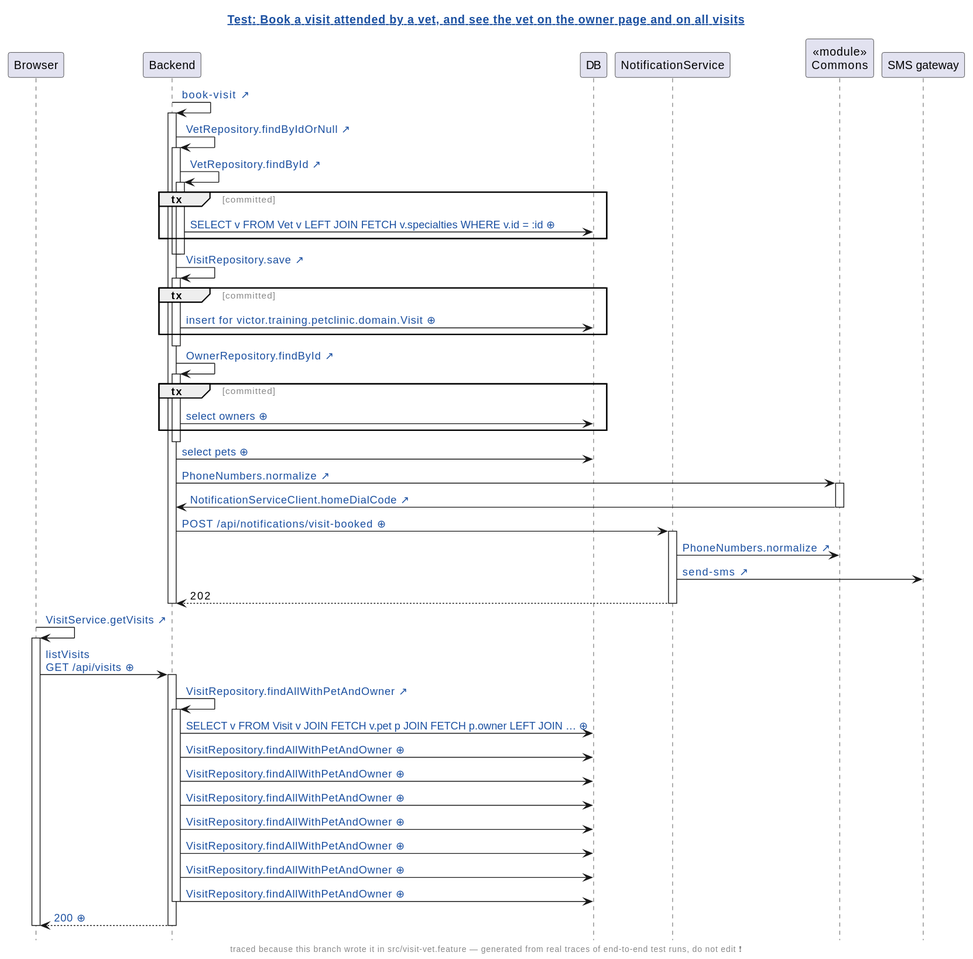
Above: demo/demo/assets/diagrams/petclinic-test_generated_visit-vet.feature.book-a-visit-attended-by-a-vet-and-see-the-vet-on-the-owner-page-and-on-all-visits.genseq.diff.svg in victorrentea/human-review (PlantUML), before the change.
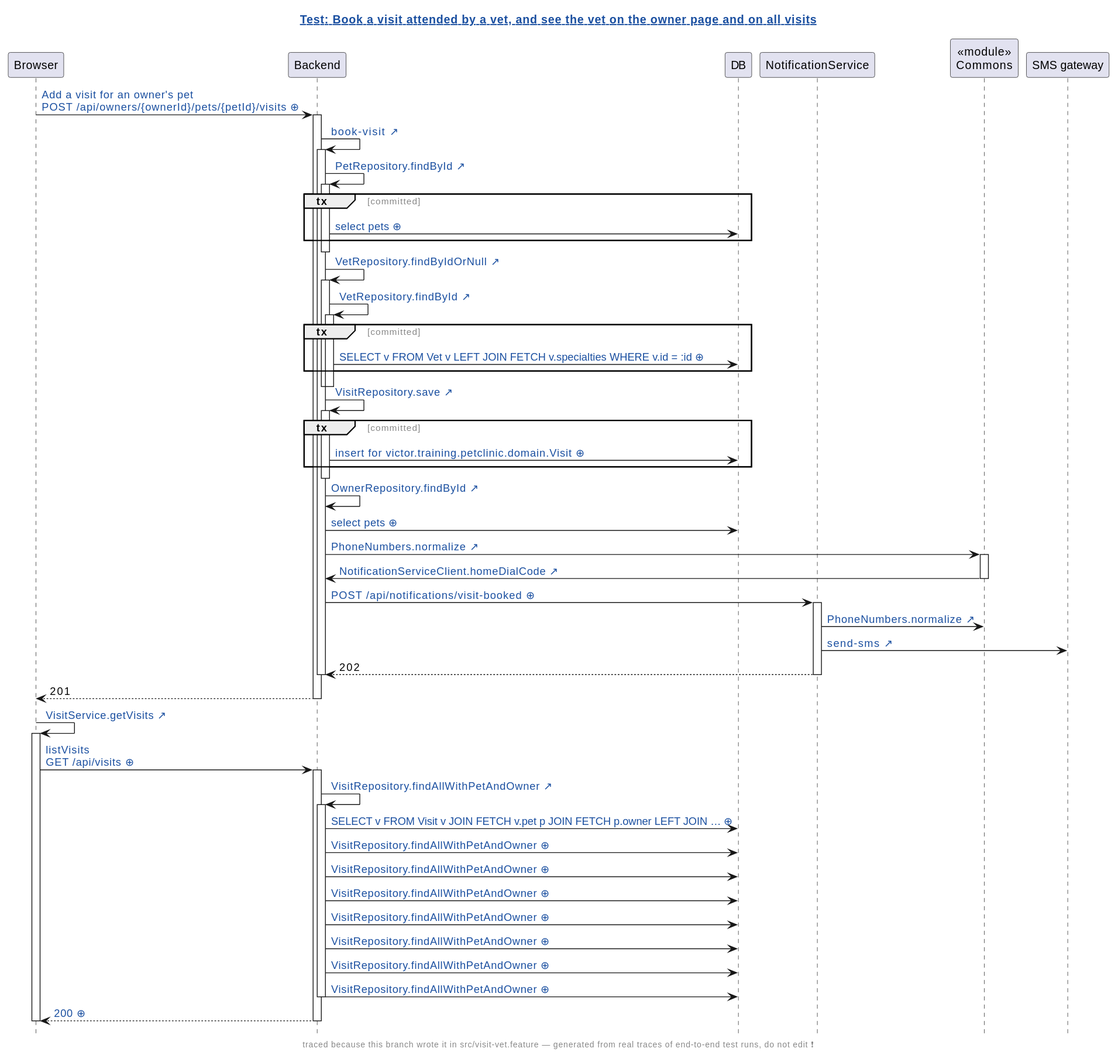
Above is the later version.

Diff of the diagram source:
```diff
@@ -12,8 +12,16 @@
 participant NotificationService
 participant "«module»\nCommons" as Commons
 participant "SMS gateway"
+Browser -> Backend: [[genseq://0jegc7z{Click for the request as it was sent} Add a visit for an owner's pet\nPOST /api/owners/{ownerId}/pets/{petId}/visits ⊕]]
+activate Backend
 Backend -> Backend: [[src://petclinic-backend/src/main/java/victor/training/petclinic/rest/OwnerRestController.java:193{Click to open OwnerRestController.bookVisit} book-visit ↗]]
 activate Backend
+Backend -> Backend: [[src://petclinic-backend/src/main/java/victor/training/petclinic/repository/PetRepository.java:16{Click to open PetRepository.findById} PetRepository.findById ↗]]
+activate Backend
+group tx [committed]
+Backend -> DB: [[genseq://0y7w2ps{Click for the statement behind this call} select pets ⊕]]
+end
+deactivate Backend
 Backend -> Backend: [[src://petclinic-backend/src/main/java/victor/training/petclinic/repository/VetRepository.java:19{Click to open VetRepository.findByIdOrNull} VetRepository.findByIdOrNull ↗]]
 activate Backend
 Backend -> Backend: [[src://petclinic-backend/src/main/java/victor/training/petclinic/repository/VetRepository.java:16{Click to open VetRepository.findById} VetRepository.findById ↗]]
@@ -26,15 +34,10 @@
 Backend -> Backend: [[src://petclinic-backend/src/main/java/victor/training/petclinic/repository/VisitRepository.java:14{Click to open VisitRepository.save} VisitRepository.save ↗]]
 activate Backend
 group tx [committed]
-Backend -> DB: [[genseq://1f03izd{Click for the statement behind this call} insert for victor.training.petclinic.domain.Visit ⊕]]
+Backend -> DB: [[genseq://1cbkgdl{Click for the statement behind this call} insert for victor.training.petclinic.domain.Visit ⊕]]
 end
 deactivate Backend
 Backend -> Backend: [[src://petclinic-backend/src/main/java/victor/training/petclinic/repository/OwnerRepository.java:14{Click to open OwnerRepository.findById} OwnerRepository.findById ↗]]
-activate Backend
-group tx [committed]
-Backend -> DB: [[genseq://0x8aana{Click for the statement behind this call} select owners ⊕]]
-end
-deactivate Backend
 Backend -> DB: [[genseq://18567ho{Click for the statement behind this call} select pets ⊕]]
 Backend -> Commons: [[src://petclinic-commons/src/main/java/victor/training/commons/PhoneNumbers.java:14{Click to open PhoneNumbers.normalize} PhoneNumbers.normalize ↗]]
 activate Commons
@@ -47,22 +50,24 @@
 NotificationService --> Backend: 202
 deactivate NotificationService
 deactivate Backend
+Backend --> Browser: 201
+deactivate Backend
 Browser -> Browser: [[src://petclinic-frontend/src/app/visits/visits-page/visits-page.component.ts:21{Click to open the line that sent this request: visits-page.component.ts:21} VisitService.getVisits ↗]]
 activate Browser
-Browser -> Backend: [[genseq://1myr631{Click for the request as it was sent} listVisits\nGET /api/visits ⊕]]
+Browser -> Backend: [[genseq://14r2h25{Click for the request as it was sent} listVisits\nGET /api/visits ⊕]]
 activate Backend
 Backend -> Backend: [[src://petclinic-backend/src/main/java/victor/training/petclinic/repository/VisitRepository.java:19{Click to open VisitRepository.findAllWithPetAndOwner} VisitRepository.findAllWithPetAndOwner ↗]]
 activate Backend
-Backend -> DB: [[genseq://1706k1o{Click for the statement behind this call} SELECT v FROM Visit v JOIN FETCH v.pet p JOIN FETCH p.owner LEFT JOIN … ⊕]]
+Backend -> DB: [[genseq://17if9wv{Click for the statement behind this call} SELECT v FROM Visit v JOIN FETCH v.pet p JOIN FETCH p.owner LEFT JOIN … ⊕]]
+Backend -> DB: [[genseq://0xm9qzg{Click for the statement behind this call} VisitRepository.findAllWithPetAndOwner ⊕]]
+Backend -> DB: [[genseq://0g8ptx2{Click for the statement behind this call} VisitRepository.findAllWithPetAndOwner ⊕]]
+Backend -> DB: [[genseq://070fg5f{Click for the statement behind this call} VisitRepository.findAllWithPetAndOwner ⊕]]
 Backend -> DB: [[genseq://0cvbten{Click for the statement behind this call} VisitRepository.findAllWithPetAndOwner ⊕]]
-Backend -> DB: [[genseq://0xm9qzg{Click for the statement behind this call} VisitRepository.findAllWithPetAndOwner ⊕]]
-Backend -> DB: [[genseq://070fg5f{Click for the statement behind this call} VisitRepository.findAllWithPetAndOwner ⊕]]
+Backend -> DB: [[genseq://0i1m34t{Click for the statement behind this call} VisitRepository.findAllWithPetAndOwner ⊕]]
 Backend -> DB: [[genseq://1heb9yw{Click for the statement behind this call} VisitRepository.findAllWithPetAndOwner ⊕]]
-Backend -> DB: [[genseq://0g8ptx2{Click for the statement behind this call} VisitRepository.findAllWithPetAndOwner ⊕]]
-Backend -> DB: [[genseq://0i1m34t{Click for the statement behind this call} VisitRepository.findAllWithPetAndOwner ⊕]]
 Backend -> DB: [[genseq://094wceq{Click for the statement behind this call} VisitRepository.findAllWithPetAndOwner ⊕]]
 deactivate Backend
-Backend --> Browser: [[genseq://0p8wewa{Click for this call’s JSON body} 200 ⊕]]
+Backend --> Browser: [[genseq://04zd8u3{Click for this call’s JSON body} 200 ⊕]]
 deactivate Backend
 deactivate Browser
 @enduml
```
